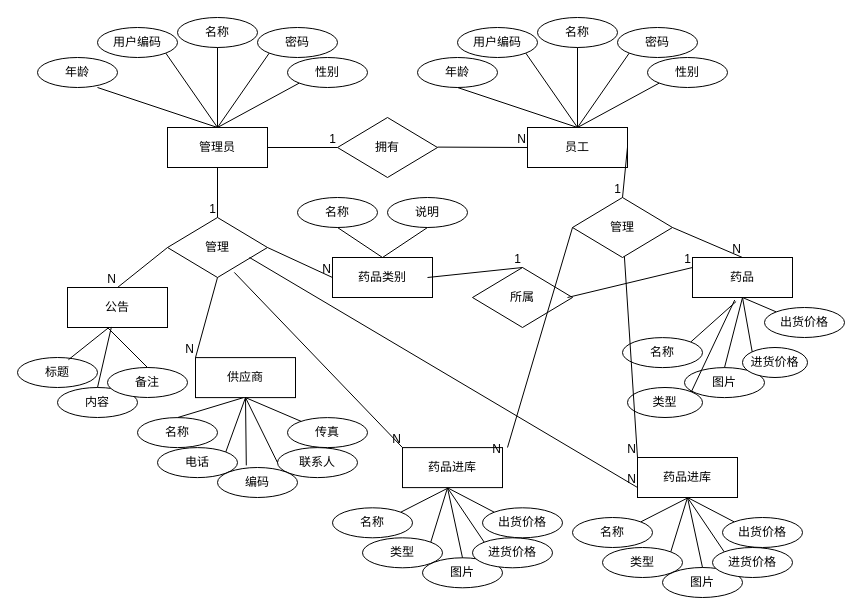
This is e-r.drawio from newbie-jiang/AES, a draw.io file, before an edit. Source tidied: cells renumbered, new cells numbered last; positions are measured from the earlier drawing's top-left corner, leaving out a move shared by most shapes. Both pictures are drawn from the tidied source at 100%, with x=0, y=0 at pixel (17, 17).
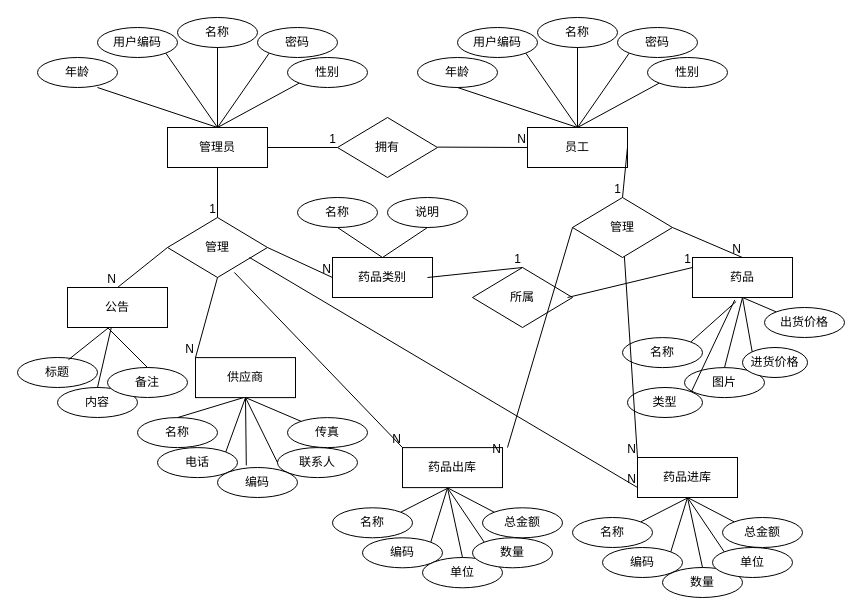
The same diagram, later.

Diff of the diagram source:
```diff
@@
-    <mxCell id="83" value="类型" style="ellipse;whiteSpace=wrap;html=1;align=center;" parent="1" vertex="1">
+    <mxCell id="83" value="编码" style="ellipse;whiteSpace=wrap;html=1;align=center;" parent="1" vertex="1">
       <mxGeometry x="585" y="530" width="80" height="30" as="geometry" />
     </mxCell>
-    <mxCell id="84" value="图片" style="ellipse;whiteSpace=wrap;html=1;align=center;" parent="1" vertex="1">
+    <mxCell id="84" value="数量" style="ellipse;whiteSpace=wrap;html=1;align=center;" parent="1" vertex="1">
       <mxGeometry x="645" y="550" width="80" height="30" as="geometry" />
     </mxCell>
-    <mxCell id="85" value="进货价格" style="ellipse;whiteSpace=wrap;html=1;align=center;" parent="1" vertex="1">
+    <mxCell id="85" value="单位" style="ellipse;whiteSpace=wrap;html=1;align=center;" parent="1" vertex="1">
       <mxGeometry x="695" y="530" width="80" height="30" as="geometry" />
     </mxCell>
@@
-    <mxCell id="87" value="出货价格" style="ellipse;whiteSpace=wrap;html=1;align=center;" parent="1" vertex="1">
+    <mxCell id="87" value="总金额" style="ellipse;whiteSpace=wrap;html=1;align=center;" parent="1" vertex="1">
       <mxGeometry x="705" y="500" width="80" height="30" as="geometry" />
     </mxCell>
@@
-    <mxCell id="93" value="类型" style="ellipse;whiteSpace=wrap;html=1;align=center;" parent="1" vertex="1">
+    <mxCell id="93" value="编码" style="ellipse;whiteSpace=wrap;html=1;align=center;" parent="1" vertex="1">
       <mxGeometry x="345" y="520.3" width="80" height="30" as="geometry" />
     </mxCell>
-    <mxCell id="94" value="图片" style="ellipse;whiteSpace=wrap;html=1;align=center;" parent="1" vertex="1">
-      <mxGeometry x="405" y="540.3" width="80" height="30" as="geometry" />
+    <mxCell id="94" value="单位" style="ellipse;whiteSpace=wrap;html=1;align=center;" parent="1" vertex="1">
+      <mxGeometry x="405" y="540" width="80" height="30.3" as="geometry" />
     </mxCell>
-    <mxCell id="95" value="进货价格" style="ellipse;whiteSpace=wrap;html=1;align=center;" parent="1" vertex="1">
+    <mxCell id="95" value="数量" style="ellipse;whiteSpace=wrap;html=1;align=center;" parent="1" vertex="1">
       <mxGeometry x="455" y="520.3" width="80" height="30" as="geometry" />
     </mxCell>
@@
-    <mxCell id="97" value="出货价格" style="ellipse;whiteSpace=wrap;html=1;align=center;" parent="1" vertex="1">
+    <mxCell id="97" value="总金额" style="ellipse;whiteSpace=wrap;html=1;align=center;" parent="1" vertex="1">
       <mxGeometry x="465" y="490.3" width="80" height="30" as="geometry" />
     </mxCell>
@@
-    <mxCell id="103" value="药品进库" style="whiteSpace=wrap;html=1;align=center;" parent="1" vertex="1">
+    <mxCell id="103" value="药品出库" style="whiteSpace=wrap;html=1;align=center;" parent="1" vertex="1">
       <mxGeometry x="385" y="430.1" width="100" height="40" as="geometry" />
     </mxCell>
```
